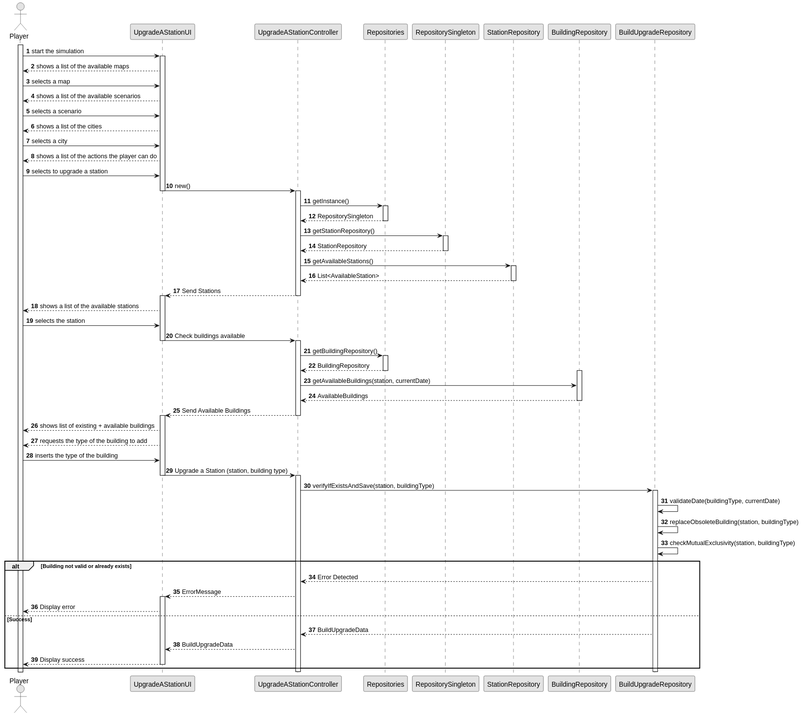
Above: docs/sprint2/us006/03.design/svg/us006-sequence-diagram-full.svg in ivasduarte/all-aboard (PlantUML), before the change.
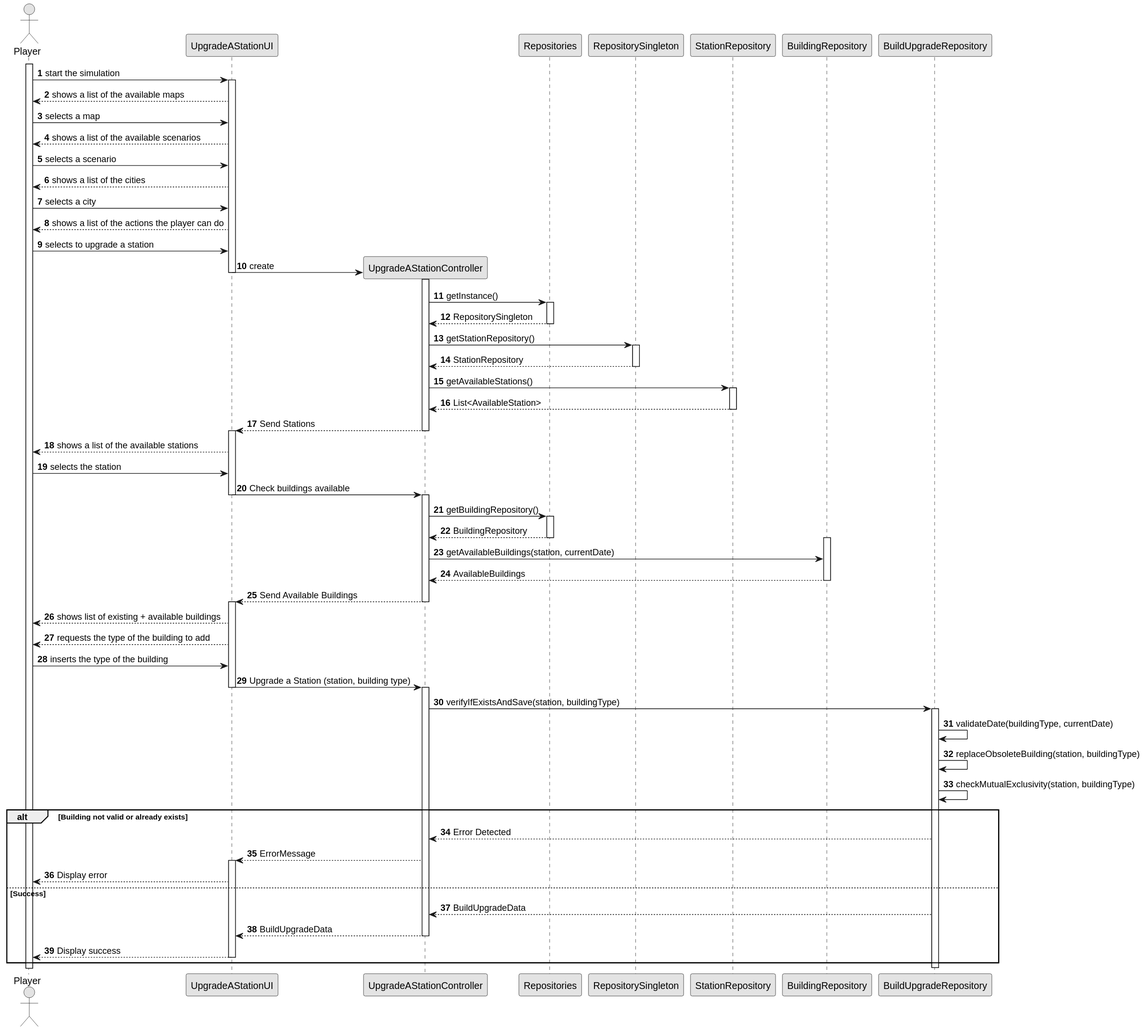
Later version of the same file.

What changed in the source:
```diff
@@ -7,7 +7,7 @@
 
 actor "Player" as Player
 participant "UpgradeAStationUI" as UI
-participant "UpgradeAStationController" as CTRL
+
 
 activate Player
 
@@ -23,11 +23,16 @@
 UI --> Player : shows a list of the actions the player can do
 Player -> UI : selects to upgrade a station
 
-UI -> CTRL : new()
+create "UpgradeAStationController" as CTRL
+
+UI -> CTRL : create
+
 deactivate UI
+
 activate CTRL
 
 CTRL -> Repositories : getInstance()
+
 activate Repositories
 Repositories --> CTRL : RepositorySingleton
 deactivate Repositories
@@ -91,12 +96,12 @@
 else Success
     Station_UPG --> CTRL : BuildUpgradeData
     CTRL --> UI : BuildUpgradeData
+    deactivate CTRL
     UI --> Player : Display success
     deactivate UI
 end
 
 deactivate Station_UPG
-deactivate CTRL
 activate UI
 deactivate UI
 @enduml
```
